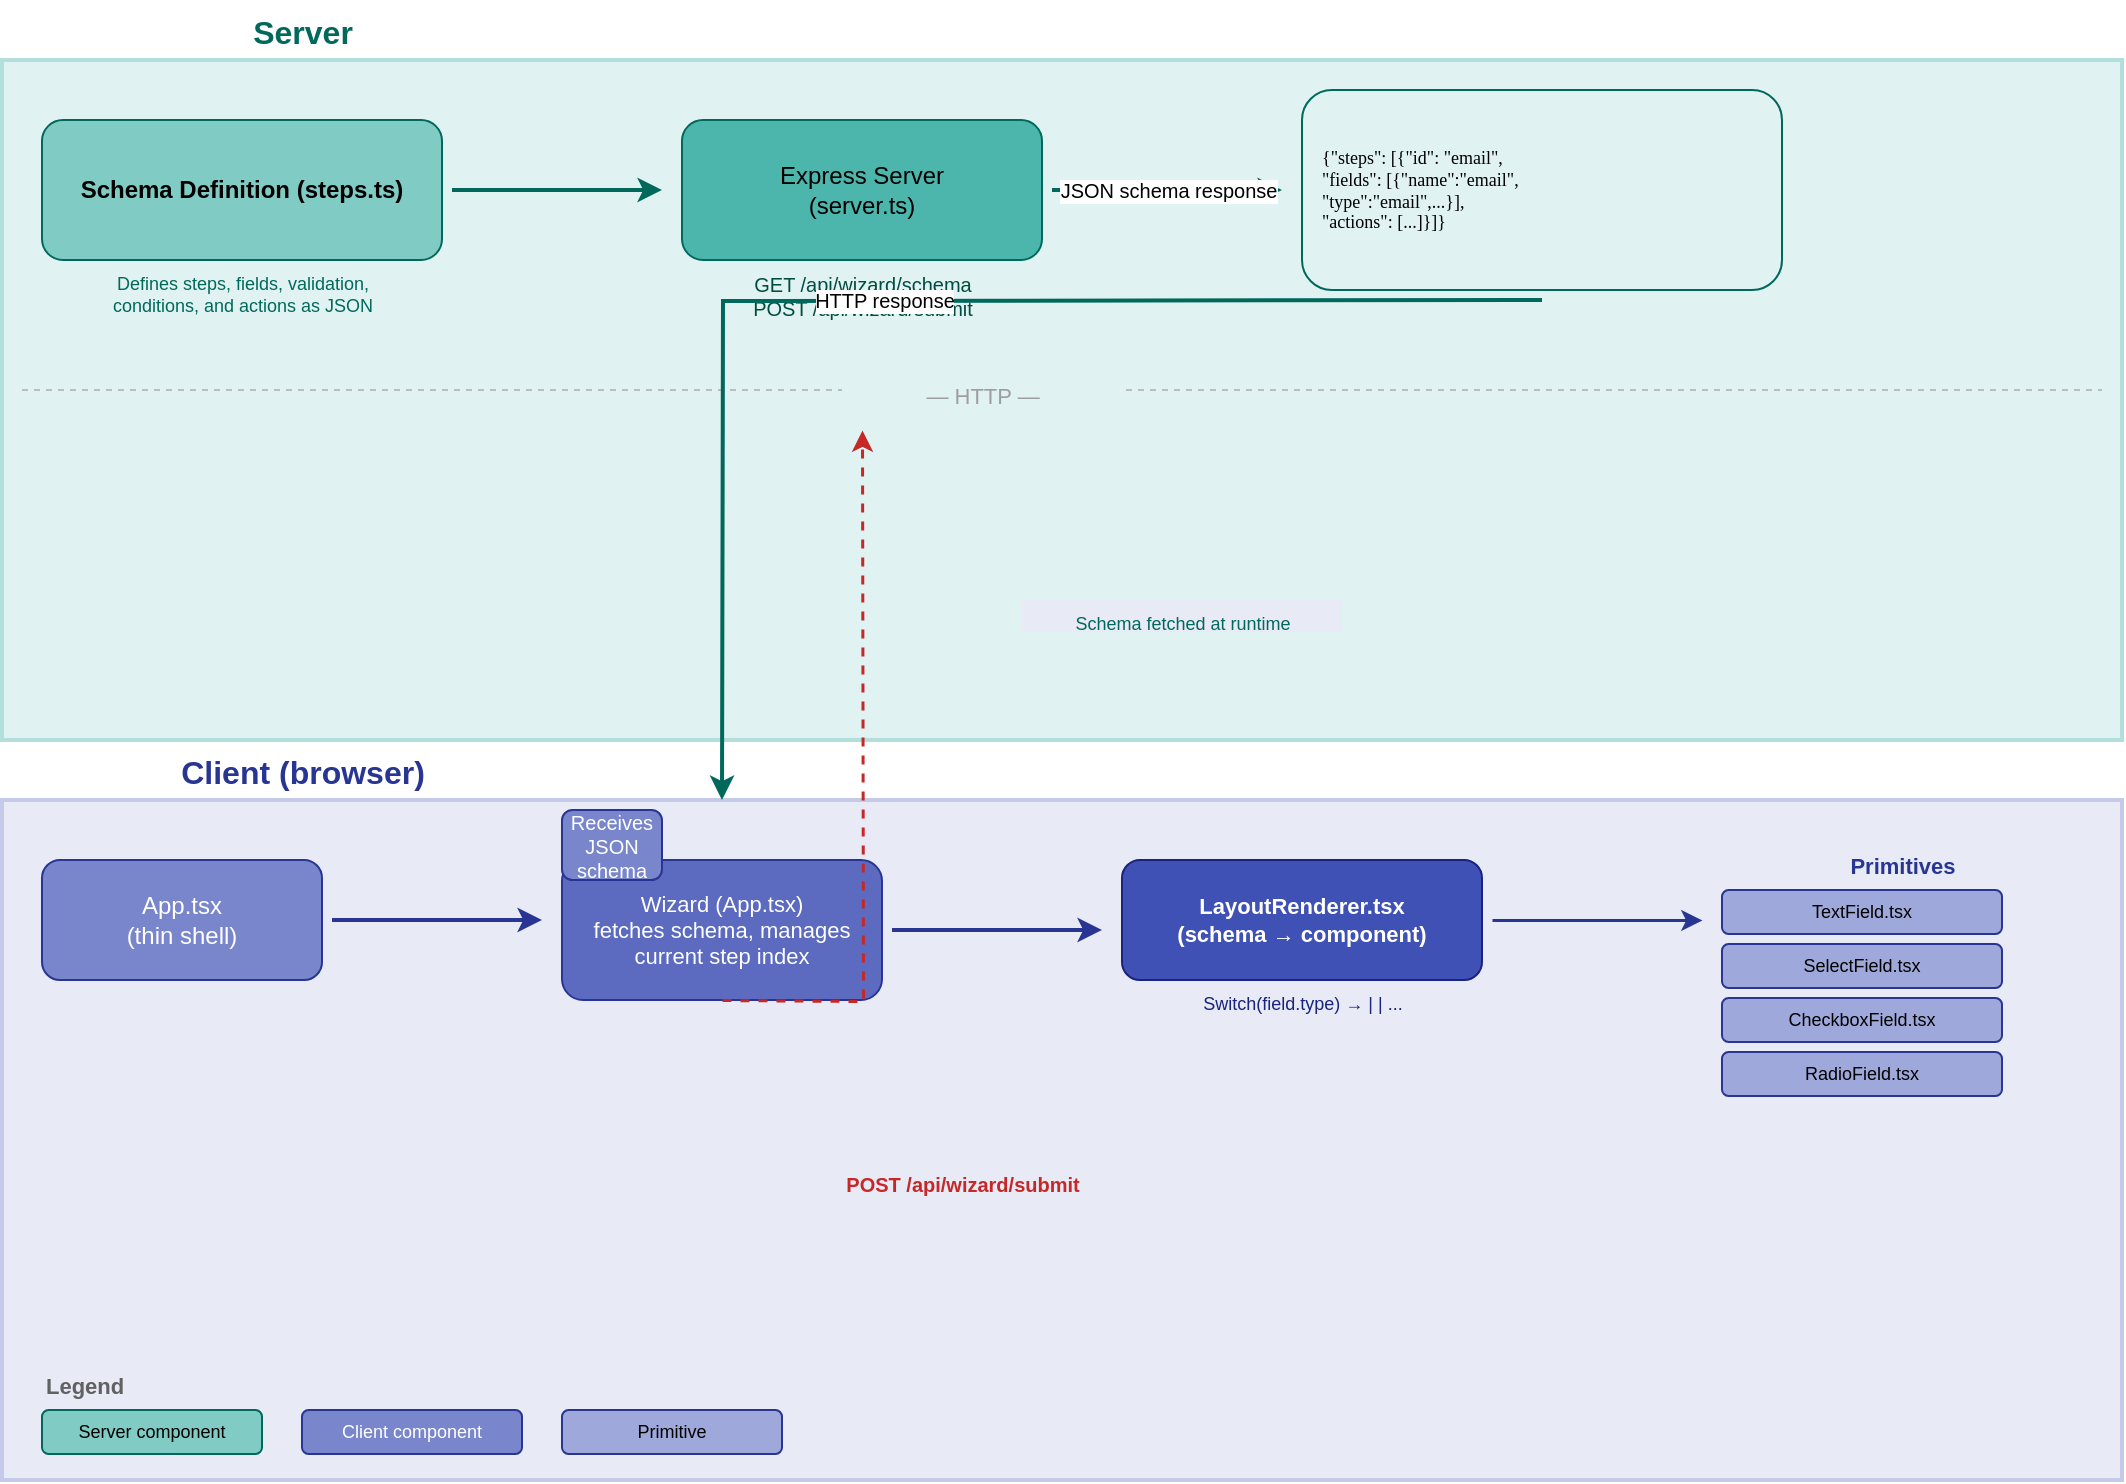
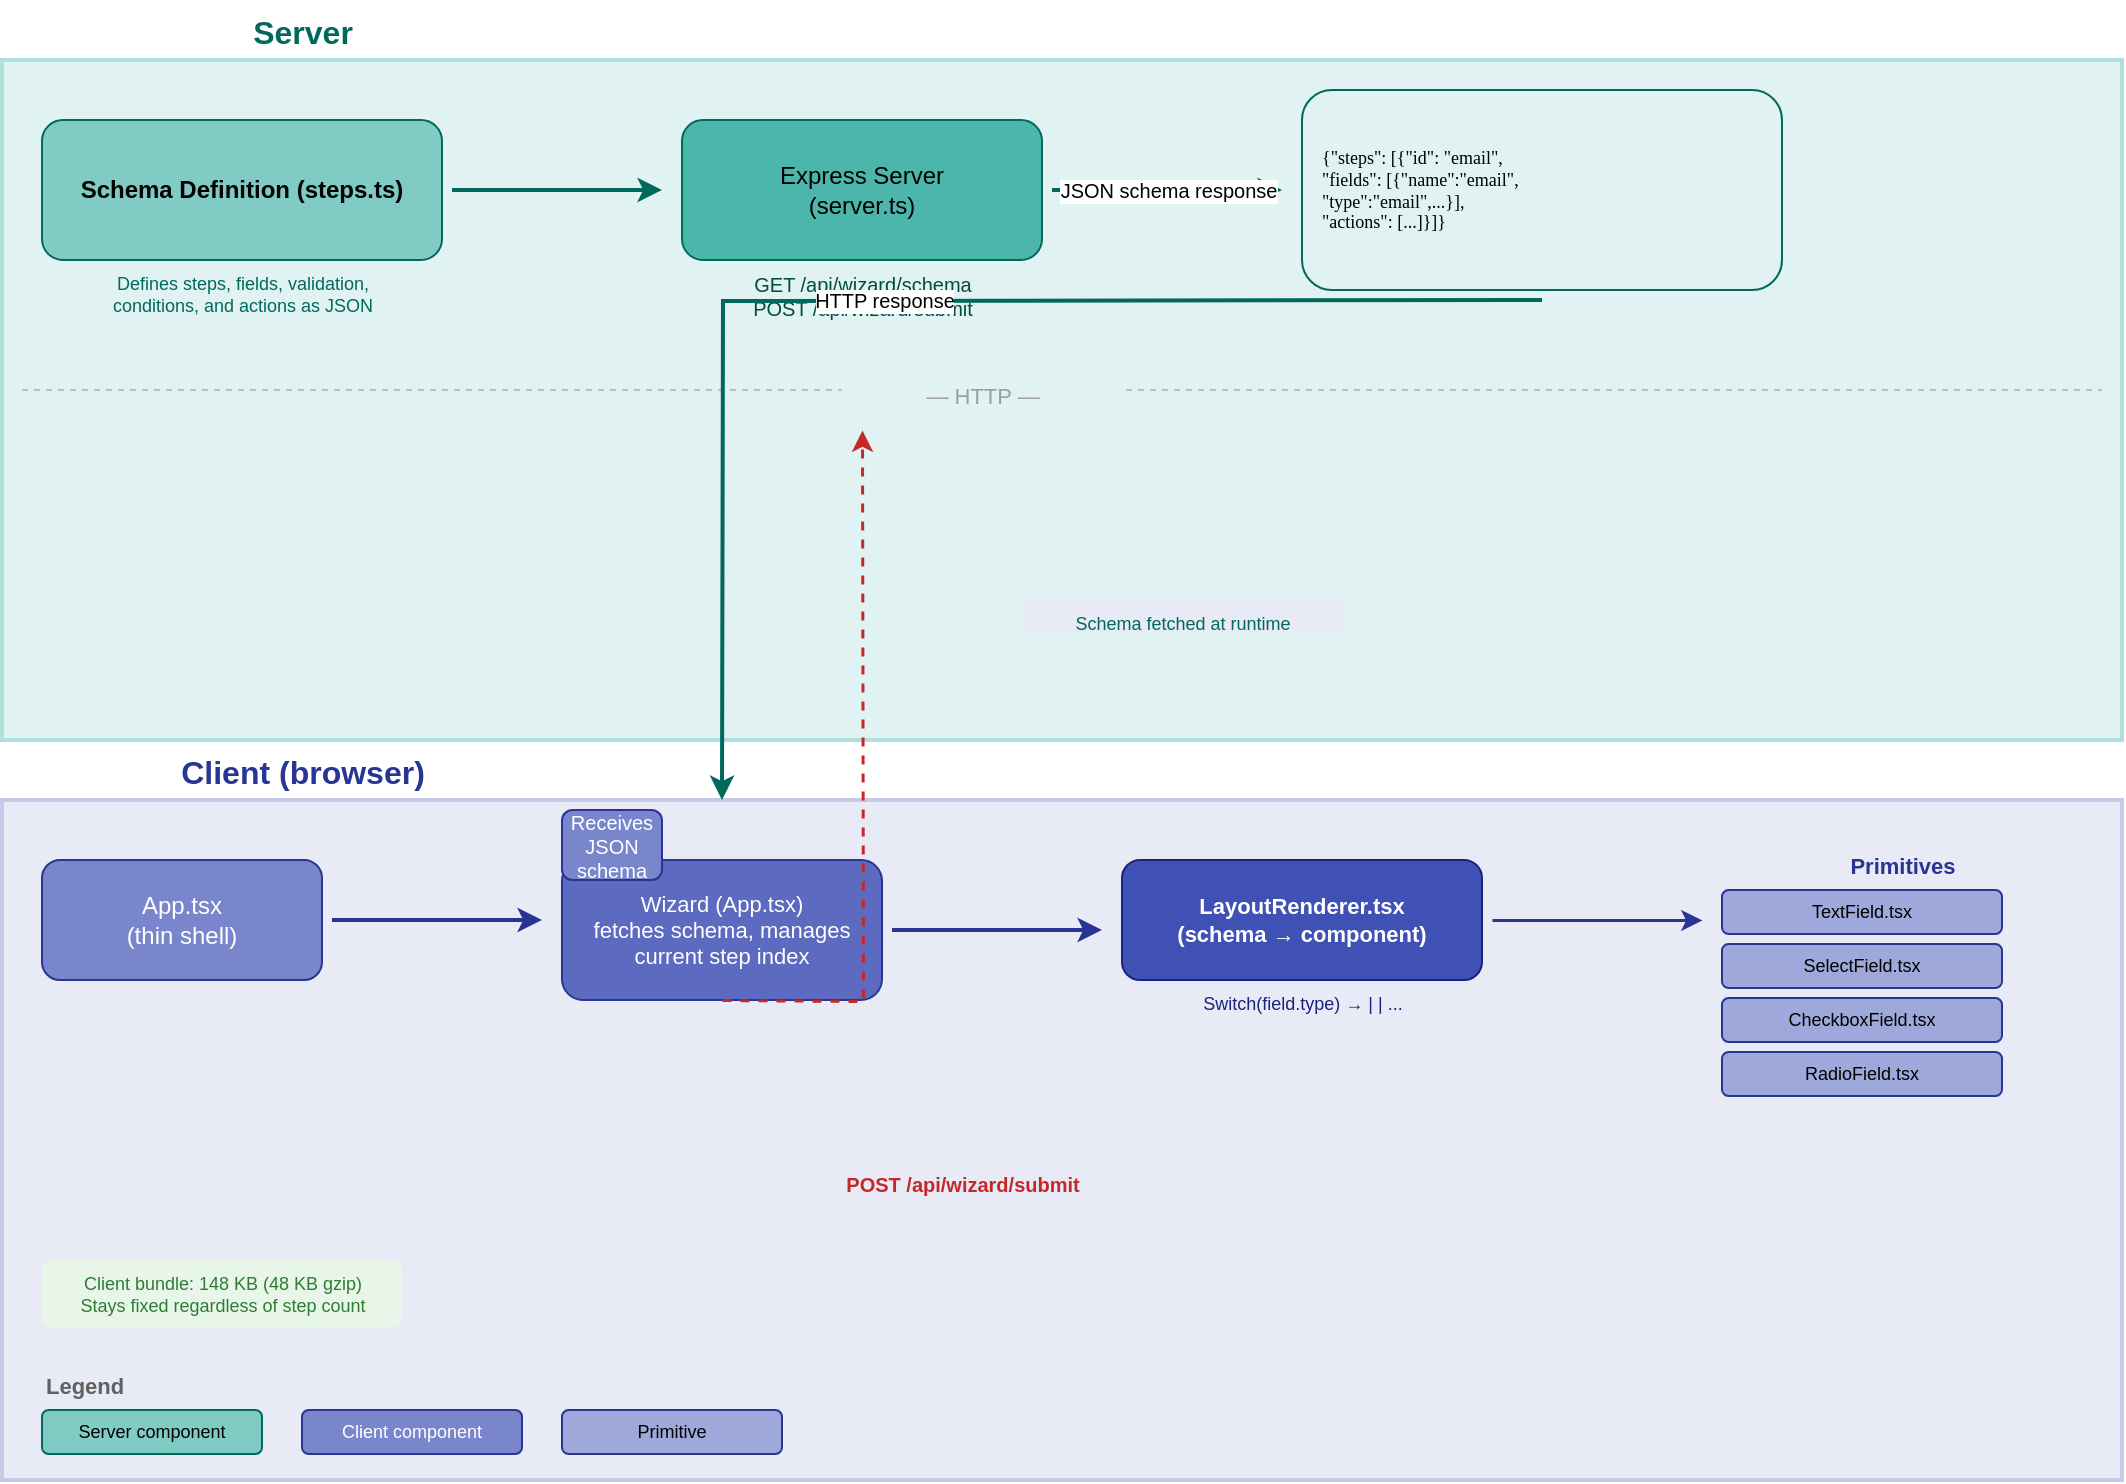
<mxfile host="app.diagrams.net" modified="2026-07-02T11:00:00Z" agent="Mozilla/5.0" version="24.2.5">
  <diagram name="Architecture Flow" id="flow">
    <mxGraphModel dx="0" dy="0" grid="1" gridSize="10" guides="1" tooltips="1" connect="1" arrows="1" fold="1" page="1" pageScale="1" pageWidth="1100" pageHeight="850" math="0" shadow="0">
      <root>
        <mxCell id="0" />
        <mxCell id="1" parent="0" />

        <!-- Section: Server -->
        <mxCell id="s-server" value="Server" style="text;html=1;strokeColor=none;fillColor=none;align=center;fontSize=16;fontStyle=1;fontColor=#00695c;" vertex="1" parent="1">
          <mxGeometry x="20" y="10" width="300" height="30" as="geometry" />
        </mxCell>

        <mxCell id="bg-server" value="" style="rounded=0;whiteSpace=window;fillColor=#e0f2f1;strokeColor=#b2dfdb;strokeWidth=2;fontSize=12;html=1;" vertex="1" parent="1">
          <mxGeometry x="20" y="40" width="1060" height="340" as="geometry" />
        </mxCell>

        <!-- Schema definition -->
        <mxCell id="schema-def" value="Schema Definition (steps.ts)" style="rounded=1;whiteSpace=wrap;html=1;fillColor=#80cbc4;strokeColor=#00695c;fontSize=12;fontStyle=1;" vertex="1" parent="1">
          <mxGeometry x="40" y="70" width="200" height="70" as="geometry" />
        </mxCell>

        <mxCell id="schema-def-note" value="Defines steps, fields, validation,&#10;conditions, and actions as JSON" style="text;html=1;strokeColor=none;fillColor=none;align=center;fontSize=9;fontColor=#00695c;" vertex="1" parent="1">
          <mxGeometry x="40" y="140" width="200" height="30" as="geometry" />
        </mxCell>

        <!-- Arrow: schema → server -->
        <mxCell id="arrow-schema-server" value="" style="edgeStyle=orthogonalEdgeStyle;rounded=0;orthogonalLoop=1;jettySize=auto;html=1;exitX=1;exitY=0.5;entryX=0;entryY=0.5;strokeWidth=2;strokeColor=#00695c;" edge="1" parent="1">
          <mxGeometry relative="1" as="geometry">
            <mxPoint x="245" y="105" as="sourcePoint" />
            <mxPoint x="350" y="105" as="targetPoint" />
          </mxGeometry>
        </mxCell>

        <!-- Express server -->
        <mxCell id="express-server" value="Express Server&#10;(server.ts)" style="rounded=1;whiteSpace=wrap;html=1;fillColor=#4db6ac;strokeColor=#00695c;fontSize=12;" vertex="1" parent="1">
          <mxGeometry x="360" y="70" width="180" height="70" as="geometry" />
        </mxCell>

        <mxCell id="express-note" value="GET /api/wizard/schema&#10;POST /api/wizard/submit" style="text;html=1;strokeColor=none;fillColor=none;align=center;fontSize=10;fontColor=#004d40;" vertex="1" parent="1">
          <mxGeometry x="360" y="140" width="180" height="30" as="geometry" />
        </mxCell>

        <!-- Arrow: server → response -->
        <mxCell id="arrow-server-response" value="JSON schema response" style="edgeStyle=orthogonalEdgeStyle;rounded=0;orthogonalLoop=1;jettySize=auto;html=1;exitX=1;exitY=0.5;entryX=0;entryY=0.5;strokeWidth=2;strokeColor=#00695c;fontSize=10;" edge="1" parent="1">
          <mxGeometry relative="1" as="geometry">
            <mxPoint x="545" y="105" as="sourcePoint" />
            <mxPoint x="660" y="105" as="targetPoint" />
          </mxGeometry>
        </mxCell>

        <!-- JSON response preview -->
        <mxCell id="json-preview" value="{&quot;steps&quot;: [{&quot;id&quot;: &quot;email&quot;,&#10; &quot;fields&quot;: [{&quot;name&quot;:&quot;email&quot;,&#10; &quot;type&quot;:&quot;email&quot;,...}],&#10; &quot;actions&quot;: [...]}]}" style="rounded=1;whiteSpace=pre;html=1;fillColor=#e0f2f1;strokeColor=#00695c;fontSize=9;fontFamily=Consolas;align=left;spacingLeft=8;" vertex="1" parent="1">
          <mxGeometry x="670" y="55" width="240" height="100" as="geometry" />
        </mxCell>

        <!-- Divider -->
        <mxCell id="divider-line" value="" style="line;strokeWidth=1;strokeColor=#bdbdbd;dashed=1;html=1;" vertex="1" parent="1">
          <mxGeometry x="30" y="200" width="1040" height="10" as="geometry" />
        </mxCell>

        <mxCell id="divider-label" value="— HTTP —" style="text;html=1;strokeColor=none;fillColor=#e0f2f1;align=center;fontSize=11;fontColor=#9e9e9e;" vertex="1" parent="1">
          <mxGeometry x="440" y="195" width="140" height="18" as="geometry" />
        </mxCell>

        <!-- Section: Client -->
        <mxCell id="s-client" value="Client (browser)" style="text;html=1;strokeColor=none;fillColor=none;align=center;fontSize=16;fontStyle=1;fontColor=#283593;" vertex="1" parent="1">
          <mxGeometry x="20" y="380" width="300" height="30" as="geometry" />
        </mxCell>

        <mxCell id="bg-client" value="" style="rounded=0;whiteSpace=window;fillColor=#e8eaf6;strokeColor=#c5cae9;strokeWidth=2;fontSize=12;html=1;" vertex="1" parent="1">
          <mxGeometry x="20" y="410" width="1060" height="340" as="geometry" />
        </mxCell>

        <!-- Client app shell -->
        <mxCell id="client-app" value="App.tsx&#10;(thin shell)" style="rounded=1;whiteSpace=wrap;html=1;fillColor=#7986cb;strokeColor=#283593;fontSize=12;fontColor=#ffffff;" vertex="1" parent="1">
          <mxGeometry x="40" y="440" width="140" height="60" as="geometry" />
        </mxCell>

        <!-- Arrow: app → wizard -->
        <mxCell id="arrow-app-wizard" value="" style="edgeStyle=orthogonalEdgeStyle;rounded=0;orthogonalLoop=1;jettySize=auto;html=1;exitX=1;exitY=0.5;entryX=0;entryY=0.5;strokeWidth=2;strokeColor=#283593;" edge="1" parent="1">
          <mxGeometry relative="1" as="geometry">
            <mxPoint x="185" y="470" as="sourcePoint" />
            <mxPoint x="290" y="470" as="targetPoint" />
          </mxGeometry>
        </mxCell>

        <!-- Wizard container -->
        <mxCell id="wizard-container" value="Wizard (App.tsx)&#10;fetches schema, manages&#10;current step index" style="rounded=1;whiteSpace=wrap;html=1;fillColor=#5c6bc0;strokeColor=#283593;fontSize=11;fontColor=#ffffff;" vertex="1" parent="1">
          <mxGeometry x="300" y="440" width="160" height="70" as="geometry" />
        </mxCell>

        <!-- Arrow: wizard → renderer -->
        <mxCell id="arrow-wizard-renderer" value="" style="edgeStyle=orthogonalEdgeStyle;rounded=0;orthogonalLoop=1;jettySize=auto;html=1;exitX=1;exitY=0.5;entryX=0;entryY=0.5;strokeWidth=2;strokeColor=#283593;" edge="1" parent="1">
          <mxGeometry relative="1" as="geometry">
            <mxPoint x="465" y="475" as="sourcePoint" />
            <mxPoint x="570" y="475" as="targetPoint" />
          </mxGeometry>
        </mxCell>

        <!-- LayoutRenderer -->
        <mxCell id="layout-renderer" value="LayoutRenderer.tsx&#10;(schema → component)" style="rounded=1;whiteSpace=wrap;html=1;fillColor=#3f51b5;strokeColor=#1a237e;fontSize=11;fontColor=#ffffff;fontStyle=1;" vertex="1" parent="1">
          <mxGeometry x="580" y="440" width="180" height="60" as="geometry" />
        </mxCell>

        <mxCell id="renderer-note" value="Switch(field.type) → &lt;TextField/&gt; | &lt;SelectField/&gt; | ..." style="text;html=1;strokeColor=none;fillColor=none;align=center;fontSize=9;fontColor=#1a237e;" vertex="1" parent="1">
          <mxGeometry x="580" y="500" width="180" height="16" as="geometry" />
+         </mxCell>
+ 
+         <mxCell id="sdui-bundle-size" value="Client bundle: 148 KB (48 KB gzip)&#10;Stays fixed regardless of step count" style="text;html=1;strokeColor=none;fillColor=#e8f5e9;align=center;fontSize=9;fontColor=#2e7d32;rounded=1;" vertex="1" parent="1">
+           <mxGeometry x="40" y="640" width="180" height="34" as="geometry" />
        </mxCell>

        <!-- Arrow: renderer → primitives -->
        <mxCell id="arrow-renderer-prims" value="" style="edgeStyle=orthogonalEdgeStyle;rounded=0;orthogonalLoop=1;jettySize=auto;html=1;exitX=1;exitY=0.5;entryX=0;entryY=0.5;strokeWidth=1.5;strokeColor=#283593;" edge="1" parent="1">
          <mxGeometry relative="1" as="geometry">
            <mxPoint x="765" y="470" as="sourcePoint" />
            <mxPoint x="870" y="470" as="targetPoint" />
          </mxGeometry>
        </mxCell>

        <!-- Primitives -->
        <mxCell id="primitives-title" value="Primitives" style="text;html=1;strokeColor=none;fillColor=none;align=center;fontSize=11;fontStyle=1;fontColor=#283593;" vertex="1" parent="1">
          <mxGeometry x="880" y="430" width="180" height="20" as="geometry" />
        </mxCell>

        <mxCell id="prim-text" value="TextField.tsx" style="rounded=1;whiteSpace=wrap;html=1;fillColor=#9fa8da;strokeColor=#283593;fontSize=9;" vertex="1" parent="1">
          <mxGeometry x="880" y="455" width="140" height="22" as="geometry" />
        </mxCell>

        <mxCell id="prim-select" value="SelectField.tsx" style="rounded=1;whiteSpace=wrap;html=1;fillColor=#9fa8da;strokeColor=#283593;fontSize=9;" vertex="1" parent="1">
          <mxGeometry x="880" y="482" width="140" height="22" as="geometry" />
        </mxCell>

        <mxCell id="prim-checkbox" value="CheckboxField.tsx" style="rounded=1;whiteSpace=wrap;html=1;fillColor=#9fa8da;strokeColor=#283593;fontSize=9;" vertex="1" parent="1">
          <mxGeometry x="880" y="509" width="140" height="22" as="geometry" />
        </mxCell>

        <mxCell id="prim-radio" value="RadioField.tsx" style="rounded=1;whiteSpace=wrap;html=1;fillColor=#9fa8da;strokeColor=#283593;fontSize=9;" vertex="1" parent="1">
          <mxGeometry x="880" y="536" width="140" height="22" as="geometry" />
        </mxCell>

        <!-- Legend -->
        <mxCell id="legend" value="Legend" style="text;html=1;strokeColor=none;fillColor=none;align=left;fontSize=11;fontStyle=1;fontColor=#616161;" vertex="1" parent="1">
          <mxGeometry x="40" y="690" width="60" height="20" as="geometry" />
        </mxCell>

        <mxCell id="legend-srv" value="Server component" style="rounded=1;whiteSpace=wrap;html=1;fillColor=#80cbc4;strokeColor=#00695c;fontSize=9;" vertex="1" parent="1">
          <mxGeometry x="40" y="715" width="110" height="22" as="geometry" />
        </mxCell>

        <mxCell id="legend-cli" value="Client component" style="rounded=1;whiteSpace=wrap;html=1;fillColor=#7986cb;strokeColor=#283593;fontSize=9;fontColor=#ffffff;" vertex="1" parent="1">
          <mxGeometry x="170" y="715" width="110" height="22" as="geometry" />
        </mxCell>

        <mxCell id="legend-prim" value="Primitive" style="rounded=1;whiteSpace=wrap;html=1;fillColor=#9fa8da;strokeColor=#283593;fontSize=9;" vertex="1" parent="1">
          <mxGeometry x="300" y="715" width="110" height="22" as="geometry" />
        </mxCell>

        <!-- Data submission flow (POST) -->
        <mxCell id="post-arrow-label" value="POST /api/wizard/submit" style="text;html=1;strokeColor=none;fillColor=none;align=center;fontSize=10;fontColor=#c62828;fontStyle=1;" vertex="1" parent="1">
          <mxGeometry x="430" y="590" width="140" height="16" as="geometry" />
        </mxCell>

        <mxCell id="post-arrow" value="" style="edgeStyle=orthogonalEdgeStyle;rounded=0;orthogonalLoop=1;jettySize=auto;html=1;exitX=0.5;exitY=1;entryX=0.5;entryY=0;strokeWidth=1.5;strokeColor=#c62828;dashed=1;fontSize=10;" edge="1" parent="1">
          <mxGeometry relative="1" as="geometry">
            <mxPoint x="380" y="510" as="sourcePoint" />
            <mxPoint x="450" y="225" as="targetPoint" />
          </mxGeometry>
        </mxCell>

        <!-- Arrow from schema to client -->
        <mxCell id="http-schema-arrow" value="HTTP response" style="edgeStyle=orthogonalEdgeStyle;rounded=0;orthogonalLoop=1;jettySize=auto;html=1;exitX=1;exitY=0.5;entryX=0.5;entryY=0;strokeWidth=2;strokeColor=#00695c;fontSize=10;" edge="1" parent="1">
          <mxGeometry relative="1" as="geometry">
            <mxPoint x="790" y="160" as="sourcePoint" />
            <mxPoint x="380" y="410" as="targetPoint" />
          </mxGeometry>
        </mxCell>

        <mxCell id="http-schema-label" value="Schema fetched at runtime" style="text;html=1;strokeColor=none;fillColor=#e8eaf6;align=center;fontSize=9;fontColor=#00695c;" vertex="1" parent="1">
          <mxGeometry x="530" y="310" width="160" height="16" as="geometry" />
        </mxCell>

        <!-- Client receives schema -->
        <mxCell id="client-receive" value="Receives JSON&#10;schema" style="rounded=1;whiteSpace=wrap;html=1;fillColor=#7986cb;strokeColor=#283593;fontSize=10;fontColor=#ffffff;" vertex="1" parent="1">
          <mxGeometry x="300" y="415" width="50" height="35" as="geometry" />
        </mxCell>
      </root>
    </mxGraphModel>
  </diagram>
  <diagram id="components" name="Component Hierarchy">
    <mxGraphModel dx="0" dy="0" grid="1" gridSize="10" guides="1" tooltips="1" connect="1" arrows="1" fold="1" page="1" pageScale="1" pageWidth="1100" pageHeight="850" math="0" shadow="0">
      <root>
        <mxCell id="0" />
        <mxCell id="1" parent="0" />

        <mxCell id="h-title" value="Component Hierarchy — Server-Driven UI" style="text;html=1;strokeColor=none;fillColor=none;align=center;fontSize=16;fontStyle=1;fontColor=#283593;" vertex="1" parent="1">
          <mxGeometry x="300" y="20" width="400" height="30" as="geometry" />
        </mxCell>

        <!-- App -->
        <mxCell id="h-app" value="App.tsx" style="rounded=1;whiteSpace=wrap;html=1;fillColor=#c5cae9;strokeColor=#283593;fontSize=12;fontStyle=1;arcSize=20;" vertex="1" parent="1">
          <mxGeometry x="440" y="80" width="120" height="40" as="geometry" />
        </mxCell>

        <!-- WizardProvider -->
        <mxCell id="h-provider" value="WizardProvider&#10;(context / state)" style="rounded=1;whiteSpace=wrap;html=1;fillColor=#9fa8da;strokeColor=#283593;fontSize=11;" vertex="1" parent="1">
          <mxGeometry x="440" y="160" width="120" height="50" as="geometry" />
        </mxCell>

        <mxCell id="h-edge-app-provider" value="" style="edgeStyle=orthogonalEdgeStyle;rounded=0;orthogonalLoop=1;jettySize=auto;html=1;exitX=0.5;exitY=1;entryX=0.5;entryY=0;strokeWidth=1.5;strokeColor=#283593;" edge="1" parent="1">
          <mxGeometry relative="1" as="geometry">
            <mxPoint x="500" y="120" as="sourcePoint" />
            <mxPoint x="500" y="160" as="targetPoint" />
          </mxGeometry>
        </mxCell>

        <!-- Wizard -->
        <mxCell id="h-wizard" value="Wizard (in App.tsx)&#10;fetches schema, manages index" style="rounded=1;whiteSpace=wrap;html=1;fillColor=#7986cb;strokeColor=#283593;fontSize=10;fontColor=#ffffff;" vertex="1" parent="1">
          <mxGeometry x="430" y="250" width="140" height="40" as="geometry" />
        </mxCell>

        <mxCell id="h-edge-provider-wizard" value="" style="edgeStyle=orthogonalEdgeStyle;rounded=0;orthogonalLoop=1;jettySize=auto;html=1;exitX=0.5;exitY=1;entryX=0.5;entryY=0;strokeWidth=1.5;strokeColor=#283593;" edge="1" parent="1">
          <mxGeometry relative="1" as="geometry">
            <mxPoint x="500" y="210" as="sourcePoint" />
            <mxPoint x="500" y="250" as="targetPoint" />
          </mxGeometry>
        </mxCell>

        <!-- ProgressBar -->
        <mxCell id="h-progress" value="ProgressBar" style="rounded=1;whiteSpace=wrap;html=1;fillColor=#5c6bc0;strokeColor=#283593;fontSize=10;fontColor=#ffffff;" vertex="1" parent="1">
          <mxGeometry x="130" y="340" width="120" height="30" as="geometry" />
        </mxCell>

        <mxCell id="h-edge-wizard-progress" value="" style="edgeStyle=orthogonalEdgeStyle;rounded=0;orthogonalLoop=1;jettySize=auto;html=1;exitX=0.5;exitY=1;entryX=0.5;entryY=0;strokeWidth=1.5;strokeColor=#283593;" edge="1" parent="1">
          <mxGeometry relative="1" as="geometry">
            <mxPoint x="460" y="290" as="sourcePoint" />
            <mxPoint x="190" y="340" as="targetPoint" />
          </mxGeometry>
        </mxCell>

        <!-- LayoutRenderer -->
        <mxCell id="h-renderer" value="LayoutRenderer.tsx" style="rounded=1;whiteSpace=wrap;html=1;fillColor=#3f51b5;strokeColor=#1a237e;fontSize=11;fontStyle=1;fontColor=#ffffff;" vertex="1" parent="1">
          <mxGeometry x="430" y="330" width="140" height="40" as="geometry" />
        </mxCell>

        <mxCell id="h-edge-wizard-renderer" value="" style="edgeStyle=orthogonalEdgeStyle;rounded=0;orthogonalLoop=1;jettySize=auto;html=1;exitX=0.5;exitY=1;entryX=0.5;entryY=0;strokeWidth=1.5;strokeColor=#283593;" edge="1" parent="1">
          <mxGeometry relative="1" as="geometry">
            <mxPoint x="500" y="290" as="sourcePoint" />
            <mxPoint x="500" y="330" as="targetPoint" />
          </mxGeometry>
        </mxCell>

        <!-- Primitives group -->
        <mxCell id="h-prims-label" value="Primitives (reusable)" style="text;html=1;strokeColor=none;fillColor=#e8eaf6;align=center;fontSize=11;fontStyle=1;fontColor=#283593;rounded=1;" vertex="1" parent="1">
          <mxGeometry x="280" y="400" width="140" height="22" as="geometry" />
        </mxCell>

        <mxCell id="h-prims-bg" value="" style="rounded=1;whiteSpace=window;fillColor=#e8eaf6;strokeColor=#c5cae9;strokeWidth=1;fontSize=12;html=1;dashed=1;" vertex="1" parent="1">
          <mxGeometry x="280" y="425" width="460" height="200" as="geometry" />
        </mxCell>

        <!-- TextField -->
        <mxCell id="h-prim-text" value="TextField.tsx" style="rounded=1;whiteSpace=wrap;html=1;fillColor=#5c6bc0;strokeColor=#283593;fontSize=10;fontColor=#ffffff;" vertex="1" parent="1">
          <mxGeometry x="300" y="440" width="150" height="28" as="geometry" />
        </mxCell>

        <!-- SelectField -->
        <mxCell id="h-prim-select" value="SelectField.tsx" style="rounded=1;whiteSpace=wrap;html=1;fillColor=#5c6bc0;strokeColor=#283593;fontSize=10;fontColor=#ffffff;" vertex="1" parent="1">
          <mxGeometry x="300" y="478" width="150" height="28" as="geometry" />
        </mxCell>

        <!-- CheckboxField -->
        <mxCell id="h-prim-checkbox" value="CheckboxField.tsx" style="rounded=1;whiteSpace=wrap;html=1;fillColor=#5c6bc0;strokeColor=#283593;fontSize=10;fontColor=#ffffff;" vertex="1" parent="1">
          <mxGeometry x="300" y="516" width="150" height="28" as="geometry" />
        </mxCell>

        <!-- RadioField -->
        <mxCell id="h-prim-radio" value="RadioField.tsx" style="rounded=1;whiteSpace=wrap;html=1;fillColor=#5c6bc0;strokeColor=#283593;fontSize=10;fontColor=#ffffff;" vertex="1" parent="1">
          <mxGeometry x="300" y="554" width="150" height="28" as="geometry" />
        </mxCell>

        <!-- Button -->
        <mxCell id="h-prim-button" value="Button.tsx" style="rounded=1;whiteSpace=wrap;html=1;fillColor=#5c6bc0;strokeColor=#283593;fontSize=10;fontColor=#ffffff;" vertex="1" parent="1">
          <mxGeometry x="490" y="440" width="150" height="28" as="geometry" />
        </mxCell>

        <!-- ProgressBar primitive -->
        <mxCell id="h-prim-progress" value="ProgressBar.tsx" style="rounded=1;whiteSpace=wrap;html=1;fillColor=#5c6bc0;strokeColor=#283593;fontSize=10;fontColor=#ffffff;" vertex="1" parent="1">
          <mxGeometry x="490" y="478" width="150" height="28" as="geometry" />
        </mxCell>

        <!-- LayoutRenderer → primitives arrow -->
        <mxCell id="h-edge-renderer-prims" value="maps type → component" style="edgeStyle=orthogonalEdgeStyle;rounded=0;orthogonalLoop=1;jettySize=auto;html=1;exitX=0.5;exitY=1;entryX=0.5;entryY=0;strokeWidth=1.5;strokeColor=#283593;fontSize=9;" edge="1" parent="1">
          <mxGeometry relative="1" as="geometry">
            <mxPoint x="500" y="370" as="sourcePoint" />
            <mxPoint x="500" y="425" as="targetPoint" />
          </mxGeometry>
        </mxCell>

        <!-- Note about zero step knowledge -->
        <mxCell id="h-note" value="The client has ZERO knowledge of specific steps.&#10;It only knows how to render primitive field types." style="text;html=1;strokeColor=none;fillColor=#fff8e1;align=center;fontSize=10;fontColor=#e65100;fontStyle=1;rounded=1;" vertex="1" parent="1">
          <mxGeometry x="680" y="440" width="240" height="50" as="geometry" />
        </mxCell>

        <!-- Legend -->
        <mxCell id="h-legend" value="Legend" style="text;html=1;strokeColor=none;fillColor=none;align=left;fontSize=11;fontStyle=1;fontColor=#616161;" vertex="1" parent="1">
          <mxGeometry x="40" y="650" width="60" height="20" as="geometry" />
        </mxCell>

        <mxCell id="h-leg-wrapper" value="Container / state" style="rounded=1;whiteSpace=wrap;html=1;fillColor=#9fa8da;strokeColor=#283593;fontSize=9;" vertex="1" parent="1">
          <mxGeometry x="40" y="675" width="120" height="22" as="geometry" />
        </mxCell>
        <mxCell id="h-leg-prim" value="Primitive" style="rounded=1;whiteSpace=wrap;html=1;fillColor=#5c6bc0;strokeColor=#283593;fontSize=9;fontColor=#ffffff;" vertex="1" parent="1">
          <mxGeometry x="180" y="675" width="120" height="22" as="geometry" />
        </mxCell>
        <mxCell id="h-leg-core" value="Core renderer" style="rounded=1;whiteSpace=wrap;html=1;fillColor=#3f51b5;strokeColor=#1a237e;fontSize=9;fontColor=#ffffff;" vertex="1" parent="1">
          <mxGeometry x="320" y="675" width="120" height="22" as="geometry" />
        </mxCell>
      </root>
    </mxGraphModel>
  </diagram>
</mxfile>
